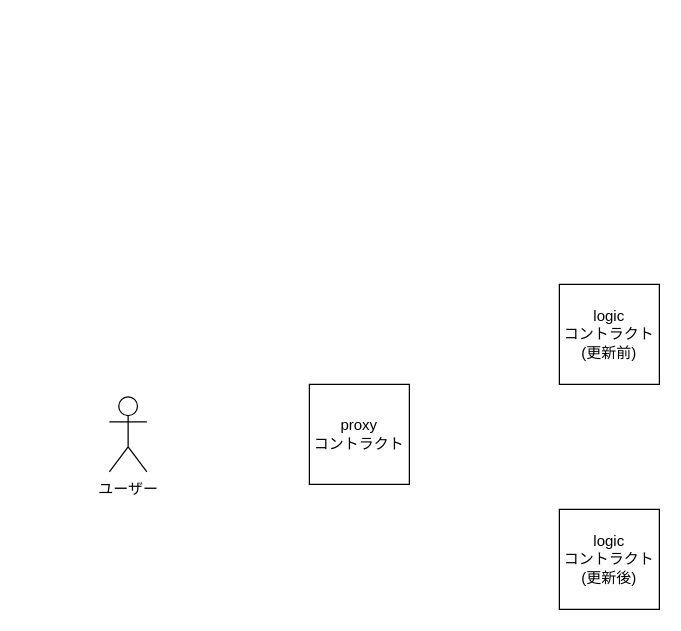
Above: audit/task/day2/delegatecall.drawio in mashharuki/SolidityLearing (draw.io), before the change. Source tidied: cells renumbered, new cells numbered last; positions are measured from the earlier drawing's top-left corner, leaving out a move shared by most shapes. Both pictures are drawn from the tidied source at 125%, with x=0, y=0 at pixel (109, 284).
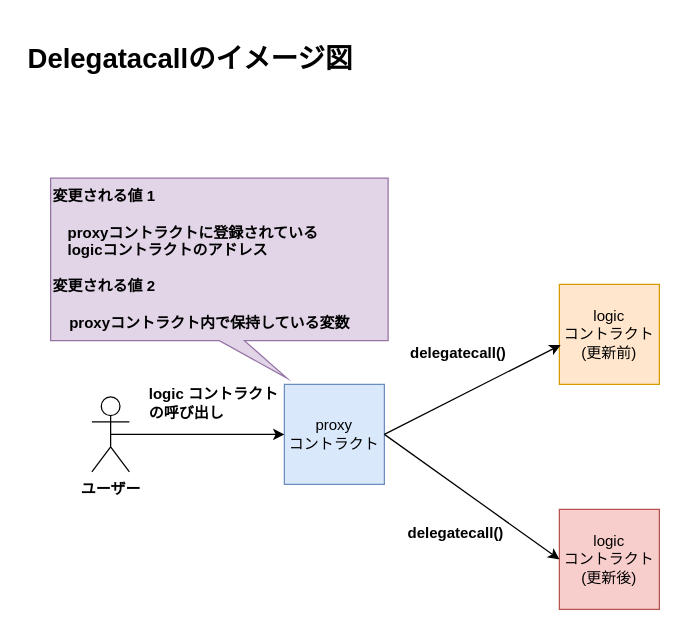
The same diagram, later.

Commit message (it also covers changes not shown here):
delegatecall.drawio を更新します

Diff of the diagram source:
```diff
@@
 <mxGraphModel>
   <root>
     <mxCell id="0" />
     <mxCell id="1" parent="0" />
-    <mxCell id="2" value="ユーザー" style="shape=umlActor;verticalLabelPosition=bottom;verticalAlign=top;html=1;outlineConnect=0;" parent="1" vertex="1">
-      <mxGeometry y="90" width="30" height="60" as="geometry" />
+    <mxCell id="2" value="&lt;b&gt;ユーザー&lt;/b&gt;" style="shape=umlActor;verticalLabelPosition=bottom;verticalAlign=top;html=1;outlineConnect=0;" parent="1" vertex="1">
+      <mxGeometry x="-14" y="90" width="30" height="60" as="geometry" />
     </mxCell>
-    <mxCell id="3" value="proxy&lt;br&gt;コントラクト" style="whiteSpace=wrap;html=1;" parent="1" vertex="1">
-      <mxGeometry x="160" y="80" width="80" height="80" as="geometry" />
+    <mxCell id="3" value="proxy&lt;br&gt;コントラクト" style="whiteSpace=wrap;html=1;fillColor=#dae8fc;strokeColor=#6c8ebf;" parent="1" vertex="1">
+      <mxGeometry x="140" y="80" width="80" height="80" as="geometry" />
     </mxCell>
-    <mxCell id="4" value="logic&lt;br&gt;コントラクト&lt;br&gt;(更新前)" style="whiteSpace=wrap;html=1;" parent="1" vertex="1">
+    <mxCell id="4" value="logic&lt;br&gt;コントラクト&lt;br&gt;(更新前)" style="whiteSpace=wrap;html=1;fillColor=#ffe6cc;strokeColor=#d79b00;" parent="1" vertex="1">
       <mxGeometry x="360" width="80" height="80" as="geometry" />
     </mxCell>
-    <mxCell id="5" value="logic&lt;br&gt;コントラクト&lt;br&gt;(更新後)" style="whiteSpace=wrap;html=1;" parent="1" vertex="1">
+    <mxCell id="5" value="logic&lt;br&gt;コントラクト&lt;br&gt;(更新後)" style="whiteSpace=wrap;html=1;fillColor=#f8cecc;strokeColor=#b85450;" parent="1" vertex="1">
       <mxGeometry x="360" y="180" width="80" height="80" as="geometry" />
     </mxCell>
+    <mxCell id="6" style="endArrow=classic;html=1;rounded=0;exitX=0.5;exitY=0.5;exitDx=0;exitDy=0;exitPerimeter=0;" parent="1" edge="1" source="2" target="3">
+      <mxGeometry relative="1" as="geometry" />
+    </mxCell>
+    <mxCell id="7" style="endArrow=classic;html=1;rounded=0;exitX=1;exitY=0.5;exitDx=0;exitDy=0;entryX=0.013;entryY=0.606;entryDx=0;entryDy=0;entryPerimeter=0;" parent="1" edge="1" source="3" target="4">
+      <mxGeometry relative="1" as="geometry" />
+    </mxCell>
+    <mxCell id="8" style="endArrow=classic;html=1;rounded=0;exitX=1;exitY=0.5;exitDx=0;exitDy=0;entryX=0;entryY=0.5;entryDx=0;entryDy=0;" parent="1" edge="1" source="3" target="5">
+      <mxGeometry relative="1" as="geometry" />
+    </mxCell>
+    <mxCell id="9" value="logic コントラクト&lt;br&gt;の呼び出し" style="text;html=1;strokeColor=none;fillColor=none;align=left;verticalAlign=middle;whiteSpace=wrap;rounded=0;fontStyle=1;" parent="1" vertex="1">
+      <mxGeometry x="30" y="80" width="110" height="30" as="geometry" />
+    </mxCell>
+    <mxCell id="10" value="delegatecall()" style="text;html=1;strokeColor=none;fillColor=none;align=left;verticalAlign=middle;whiteSpace=wrap;rounded=0;fontStyle=1;" parent="1" vertex="1">
+      <mxGeometry x="239" y="40" width="110" height="30" as="geometry" />
+    </mxCell>
+    <mxCell id="11" value="delegatecall()" style="text;html=1;strokeColor=none;fillColor=none;align=left;verticalAlign=middle;whiteSpace=wrap;rounded=0;fontStyle=1;" parent="1" vertex="1">
+      <mxGeometry x="237" y="184" width="110" height="30" as="geometry" />
+    </mxCell>
+    <mxCell id="12" value="&lt;b&gt;変更される値 1&amp;nbsp;&lt;br&gt;&lt;br&gt;　proxyコントラクトに登録されている　　&lt;br&gt;　logicコントラクトのアドレス&lt;br&gt;&lt;br&gt;変更される値 2&lt;br&gt;&lt;br&gt;&amp;nbsp; &amp;nbsp; proxyコントラクト内で保持している変数&lt;br&gt;&lt;/b&gt;" style="shape=callout;whiteSpace=wrap;html=1;perimeter=calloutPerimeter;fillColor=#e1d5e7;strokeColor=#9673a6;position2=0.7;align=left;" parent="1" vertex="1">
+      <mxGeometry x="-47" y="-85" width="270" height="160" as="geometry" />
+    </mxCell>
+    <mxCell id="13" value="Delegatacallのイメージ図" style="text;html=1;strokeColor=none;fillColor=none;align=center;verticalAlign=middle;whiteSpace=wrap;rounded=0;fontStyle=1;fontSize=22;" parent="1" vertex="1">
+      <mxGeometry x="-70" y="-210" width="270" height="60" as="geometry" />
+    </mxCell>
   </root>
 </mxGraphModel>
```
